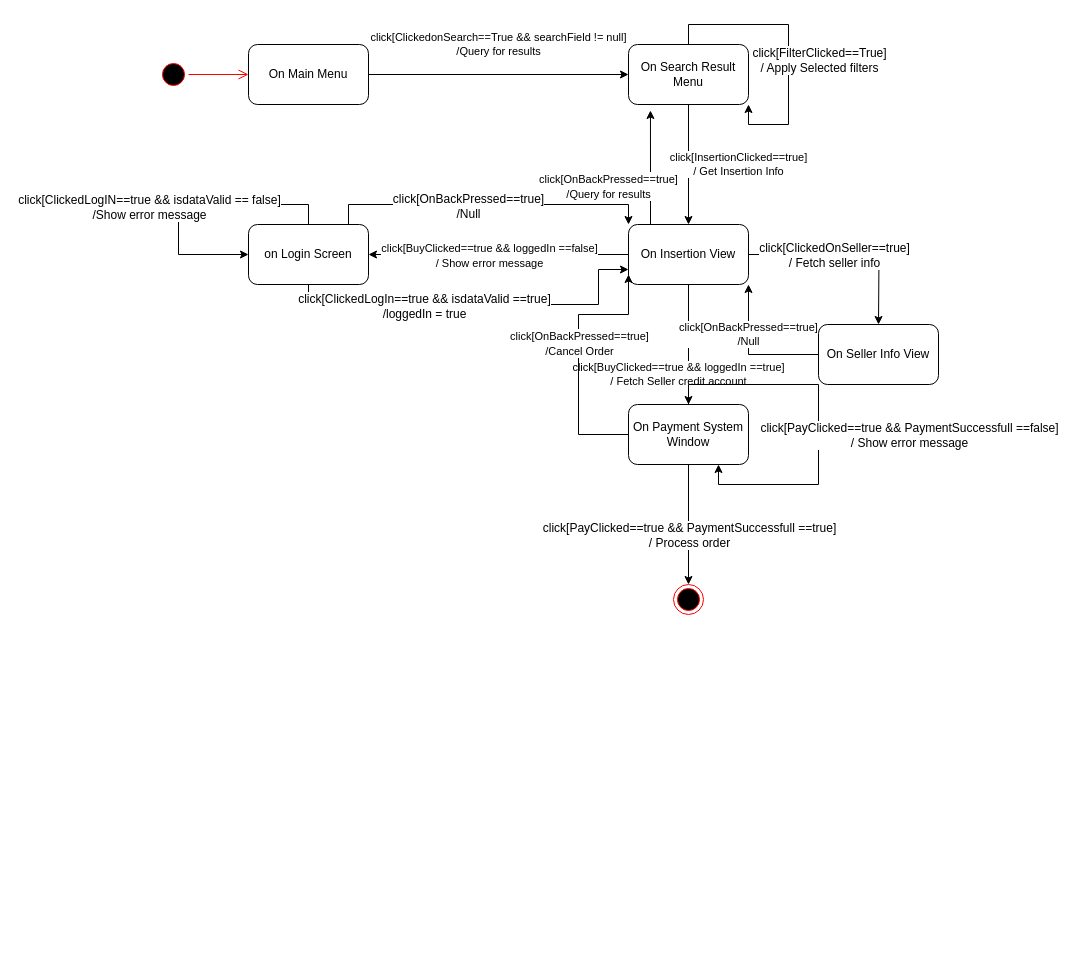
This is blob/StateDiagram_BuyBook.drawio from davideleoni997/ScambioUniversitario, a draw.io file, before an edit. Source tidied: cells renumbered, new cells numbered last; positions are measured from the earlier drawing's top-left corner, leaving out a move shared by most shapes. Both pictures are drawn from the tidied source at 100%, with x=0, y=0 at pixel (158, 24).
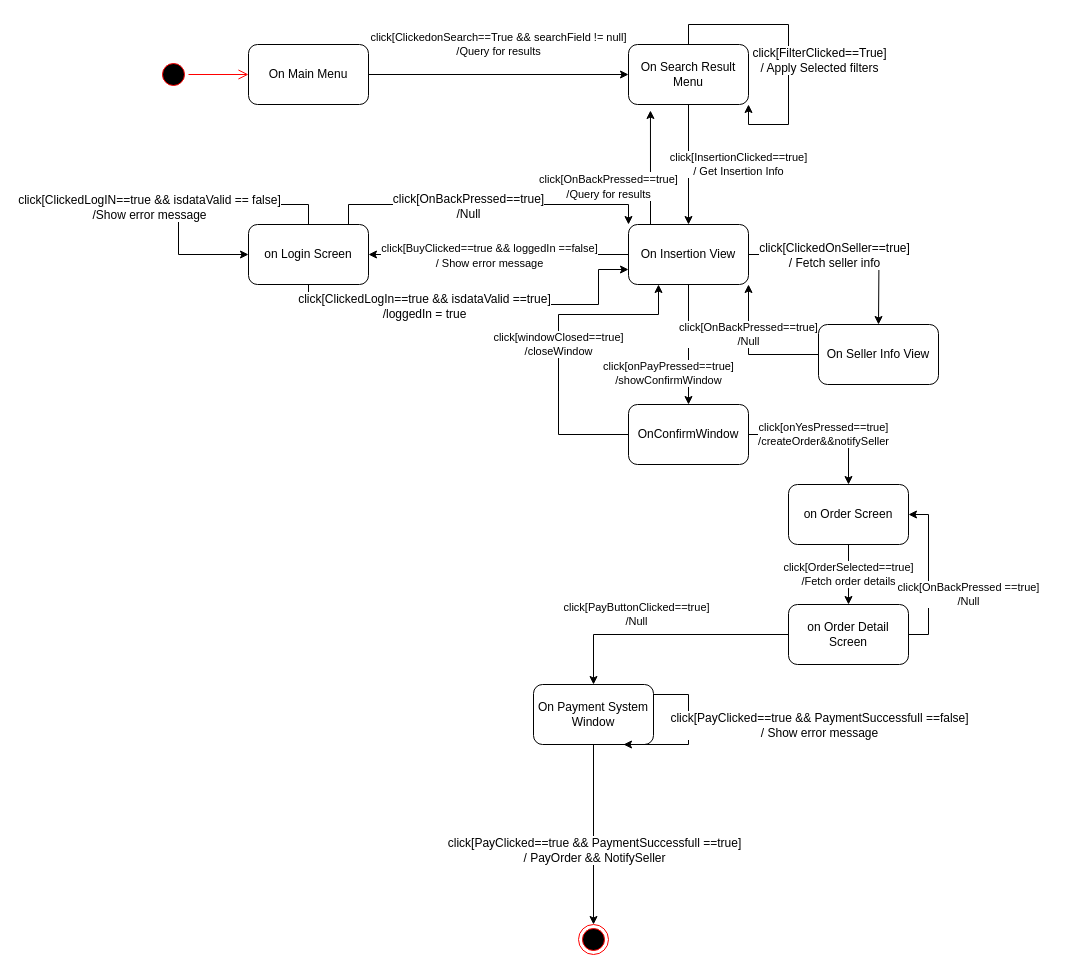
The same page after the edit.

The change refers to these unchanged cells:
```xml
<mxCell id="17" value="On Insertion View" style="rounded=1;whiteSpace=wrap;html=1;" parent="1" vertex="1">
  <mxGeometry x="470" y="200" width="120" height="60" as="geometry" />
</mxCell>
<mxCell id="22" style="edgeStyle=orthogonalEdgeStyle;rounded=0;jettySize=auto;html=1;entryX=0.5;entryY=0;entryDx=0;entryDy=0;" parent="1" edge="1" source="24" target="25">
  <mxGeometry relative="1" as="geometry" />
</mxCell>
```

What changed in the source:
```diff
@@
-    <mxCell id="14" value="click[BuyClicked==true &amp;amp;&amp;amp; loggedIn ==true]&lt;br&gt;/ Fetch Seller credit account" style="edgeStyle=orthogonalEdgeStyle;rounded=0;jettySize=auto;html=1;entryX=0.5;entryY=0;entryDx=0;entryDy=0;" parent="1" edge="1" source="17" target="24">
-      <mxGeometry x="0.5" y="-10" relative="1" as="geometry" />
-    </mxCell>
@@
+    <mxCell id="35" value="click[onPayPressed==true]&lt;br&gt;/showConfirmWindow" style="edgeStyle=orthogonalEdgeStyle;rounded=0;jettySize=auto;html=1;entryX=0.5;entryY=0;entryDx=0;entryDy=0;" parent="1" edge="1" source="17" target="38">
+      <mxGeometry x="0.5" y="-20" relative="1" as="geometry">
+        <mxPoint y="-1" as="offset" />
+      </mxGeometry>
+    </mxCell>
@@
-    <mxCell id="20" style="edgeStyle=orthogonalEdgeStyle;rounded=0;jettySize=auto;html=1;" parent="1" edge="1" source="24">
-      <mxGeometry relative="1" as="geometry">
-        <mxPoint x="470" y="250" as="targetPoint" />
-        <Array as="points">
-          <mxPoint x="420" y="410" />
-          <mxPoint x="420" y="290" />
-          <mxPoint x="470" y="290" />
-        </Array>
-      </mxGeometry>
-    </mxCell>
-    <mxCell id="21" value="&lt;span style=&quot;font-size: 11px&quot;&gt;click[OnBackPressed==true]&lt;/span&gt;&lt;br style=&quot;font-size: 11px&quot;&gt;&lt;span style=&quot;font-size: 11px&quot;&gt;/Cancel Order&lt;/span&gt;" style="text;html=1;align=center;verticalAlign=middle;labelBackgroundColor=#ffffff;" parent="20" vertex="1">
-      <mxGeometry x="-0.17" relative="1" as="geometry">
-        <mxPoint y="-34" as="offset" />
-      </mxGeometry>
-    </mxCell>
@@
-    <mxCell id="23" value="click[PayClicked==true &amp;amp;&amp;amp; PaymentSuccessfull ==true]&lt;br&gt;/ Process order" style="text;html=1;align=center;verticalAlign=middle;labelBackgroundColor=#ffffff;" parent="22" vertex="1">
+    <mxCell id="23" value="click[PayClicked==true &amp;amp;&amp;amp; PaymentSuccessfull ==true]&lt;br&gt;/ PayOrder &amp;amp;&amp;amp; NotifySeller" style="text;html=1;align=center;verticalAlign=middle;labelBackgroundColor=#ffffff;" parent="22" vertex="1">
       <mxGeometry x="0.17" relative="1" as="geometry" />
     </mxCell>
     <mxCell id="24" value="On Payment System Window" style="rounded=1;whiteSpace=wrap;html=1;" parent="1" vertex="1">
-      <mxGeometry x="470" y="380" width="120" height="60" as="geometry" />
+      <mxGeometry x="375" y="660" width="120" height="60" as="geometry" />
     </mxCell>
     <mxCell id="25" style="ellipse;html=1;shape=endState;fillColor=#000000;strokeColor=#ff0000;" parent="1" vertex="1">
-      <mxGeometry x="515" y="560" width="30" height="30" as="geometry" />
+      <mxGeometry x="420" y="900" width="30" height="30" as="geometry" />
     </mxCell>
     <mxCell id="26" style="edgeStyle=orthogonalEdgeStyle;rounded=0;orthogonalLoop=1;jettySize=auto;html=1;entryX=0.75;entryY=1;entryDx=0;entryDy=0;" parent="1" edge="1" source="24" target="24">
       <mxGeometry relative="1" as="geometry">
         <Array as="points">
-          <mxPoint x="530" y="360" />
-          <mxPoint x="660" y="360" />
-          <mxPoint x="660" y="460" />
-          <mxPoint x="560" y="460" />
+          <mxPoint x="530" y="670" />
+          <mxPoint x="530" y="720" />
         </Array>
       </mxGeometry>
     </mxCell>
     <mxCell id="27" value="click[PayClicked==true &amp;amp;&amp;amp; PaymentSuccessfull ==false]&lt;br&gt;/ Show error message" style="text;html=1;align=center;verticalAlign=middle;labelBackgroundColor=#ffffff;" parent="26" vertex="1">
       <mxGeometry x="0.16" y="-1" relative="1" as="geometry">
-        <mxPoint x="91" y="-15" as="offset" />
+        <mxPoint x="132.2" y="-18.7" as="offset" />
       </mxGeometry>
     </mxCell>
@@
+    <mxCell id="36" value="click[windowClosed==true]&lt;br&gt;/closeWindow" style="edgeStyle=orthogonalEdgeStyle;rounded=0;jettySize=auto;html=1;entryX=0.25;entryY=1;entryDx=0;entryDy=0;exitX=0;exitY=0.5;exitDx=0;exitDy=0;" parent="1" edge="1" source="38" target="17">
+      <mxGeometry relative="1" as="geometry">
+        <Array as="points">
+          <mxPoint x="400" y="410" />
+          <mxPoint x="400" y="290" />
+          <mxPoint x="500" y="290" />
+        </Array>
+      </mxGeometry>
+    </mxCell>
+    <mxCell id="37" value="click[onYesPressed==true]&lt;br&gt;/createOrder&amp;amp;&amp;amp;notifySeller" style="edgeStyle=orthogonalEdgeStyle;rounded=0;jettySize=auto;html=1;entryX=0.5;entryY=0;entryDx=0;entryDy=0;" parent="1" edge="1" source="38" target="40">
+      <mxGeometry relative="1" as="geometry" />
+    </mxCell>
+    <mxCell id="38" value="OnConfirmWindow" style="rounded=1;whiteSpace=wrap;html=1;" parent="1" vertex="1">
+      <mxGeometry x="470" y="380" width="120" height="60" as="geometry" />
+    </mxCell>
+    <mxCell id="39" value="click[OrderSelected==true]&lt;br&gt;/Fetch order details" style="edgeStyle=orthogonalEdgeStyle;rounded=0;jettySize=auto;html=1;entryX=0.5;entryY=0;entryDx=0;entryDy=0;" parent="1" edge="1" source="40" target="43">
+      <mxGeometry relative="1" as="geometry" />
+    </mxCell>
+    <mxCell id="40" value="on Order Screen" style="rounded=1;whiteSpace=wrap;html=1;" parent="1" vertex="1">
+      <mxGeometry x="630" y="460" width="120" height="60" as="geometry" />
+    </mxCell>
+    <mxCell id="41" value="click[OnBackPressed ==true]&lt;br&gt;/Null" style="edgeStyle=orthogonalEdgeStyle;rounded=0;jettySize=auto;html=1;entryX=1;entryY=0.5;entryDx=0;entryDy=0;" parent="1" edge="1" source="43" target="40">
+      <mxGeometry x="-0.25" y="-40" relative="1" as="geometry">
+        <Array as="points">
+          <mxPoint x="770" y="610" />
+          <mxPoint x="770" y="490" />
+        </Array>
+      </mxGeometry>
+    </mxCell>
+    <mxCell id="42" value="click[PayButtonClicked==true]&lt;br&gt;/Null" style="edgeStyle=orthogonalEdgeStyle;rounded=0;jettySize=auto;html=1;" parent="1" edge="1" source="43" target="24">
+      <mxGeometry x="0.23" y="-20" relative="1" as="geometry">
+        <mxPoint x="-1" as="offset" />
+      </mxGeometry>
+    </mxCell>
+    <mxCell id="43" value="on Order Detail Screen" style="rounded=1;whiteSpace=wrap;html=1;" parent="1" vertex="1">
+      <mxGeometry x="630" y="580" width="120" height="60" as="geometry" />
+    </mxCell>
```
